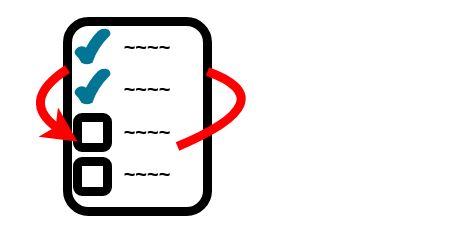
The draw.io diagram page "Seite-3" (3 of 4) of prod-extension/assets/icons/Logo.drawio in Elias-Ladenburger/Productivity-Extension, before the edit. Source tidied: cells renumbered, new cells numbered last; positions are measured from the earlier drawing's top-left corner, leaving out a move shared by most shapes. Both pictures are drawn from the tidied source at 100%, with x=0, y=0 at pixel (17, 21).
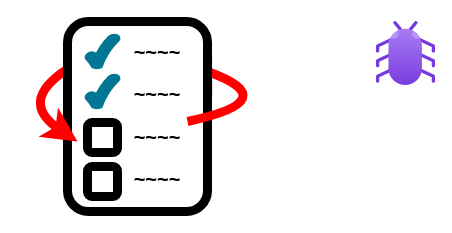
The same page after the edit.

Commit message (it also covers changes not shown here):
Redesign logo; add bug icon

The change refers to these unchanged cells:
```xml
<mxCell id="2" style="group;strokeWidth=9;" parent="1" vertex="1">
  <mxGeometry width="270" height="190" as="geometry" />
</mxCell>
<mxCell id="3" style="rounded=1;whiteSpace=wrap;html=1;strokeWidth=9;" parent="2" vertex="1">
  <mxGeometry x="50" width="140" height="190" as="geometry" />
</mxCell>
```

The edit, as a diff of the source:
```diff
@@
     <mxCell id="4" style="rounded=1;whiteSpace=wrap;html=1;strokeWidth=9;" parent="2" vertex="1">
-      <mxGeometry x="60" y="140" width="30" height="30" as="geometry" />
+      <mxGeometry x="70" y="145" width="30" height="30" as="geometry" />
     </mxCell>
     <mxCell id="5" style="verticalLabelPosition=bottom;verticalAlign=top;html=1;shape=mxgraph.basic.tick;fillColor=#007694;strokeWidth=6;strokeColor=#007694;" parent="2" vertex="1">
-      <mxGeometry x="60" y="50" width="30" height="30" as="geometry" />
+      <mxGeometry x="70" y="55" width="30" height="30" as="geometry" />
     </mxCell>
     <mxCell id="6" style="rounded=1;whiteSpace=wrap;html=1;strokeWidth=9;" parent="2" vertex="1">
-      <mxGeometry x="60" y="96" width="30" height="30" as="geometry" />
+      <mxGeometry x="70" y="101" width="30" height="30" as="geometry" />
     </mxCell>
@@
-    <mxCell id="8" style="curved=1;endArrow=none;html=1;rounded=0;entryX=1;entryY=0.25;entryDx=0;entryDy=0;exitX=1;exitY=1;exitDx=0;exitDy=0;endFill=0;strokeWidth=9;strokeColor=#FF0000;" parent="2" edge="1" source="11">
+    <mxCell id="8" style="curved=1;endArrow=none;html=1;rounded=0;entryX=1;entryY=0.25;entryDx=0;entryDy=0;exitX=1;exitY=0;exitDx=0;exitDy=0;endFill=0;strokeWidth=9;strokeColor=#FF0000;" parent="2" edge="1" source="11">
       <mxGeometry relative="1" as="geometry">
         <mxPoint x="190" y="50" as="targetPoint" />
         <Array as="points">
           <mxPoint x="270" y="78.8" />
         </Array>
       </mxGeometry>
     </mxCell>
     <mxCell id="9" value="~~~~" style="text;html=1;strokeColor=none;fillColor=none;align=center;verticalAlign=middle;whiteSpace=wrap;rounded=0;fontStyle=1;fontSize=20;" parent="2" vertex="1">
-      <mxGeometry x="100" y="10" width="60" height="30" as="geometry" />
+      <mxGeometry x="110" y="15" width="60" height="30" as="geometry" />
     </mxCell>
     <mxCell id="10" value="~~~~" style="text;html=1;strokeColor=none;fillColor=none;align=center;verticalAlign=middle;whiteSpace=wrap;rounded=0;fontSize=20;fontStyle=1;" parent="2" vertex="1">
-      <mxGeometry x="100" y="52" width="60" height="30" as="geometry" />
+      <mxGeometry x="110" y="57" width="60" height="30" as="geometry" />
     </mxCell>
     <mxCell id="11" value="~~~~" style="text;html=1;strokeColor=none;fillColor=none;align=center;verticalAlign=middle;whiteSpace=wrap;rounded=0;fontSize=20;fontStyle=1;" parent="2" vertex="1">
-      <mxGeometry x="100" y="95" width="60" height="30" as="geometry" />
+      <mxGeometry x="110" y="100" width="60" height="30" as="geometry" />
     </mxCell>
     <mxCell id="12" value="~~~~" style="text;html=1;strokeColor=none;fillColor=none;align=center;verticalAlign=middle;whiteSpace=wrap;rounded=0;fontSize=20;fontStyle=1;" parent="2" vertex="1">
-      <mxGeometry x="100" y="137" width="60" height="30" as="geometry" />
+      <mxGeometry x="110" y="142" width="60" height="30" as="geometry" />
     </mxCell>
     <mxCell id="13" style="verticalLabelPosition=bottom;verticalAlign=top;html=1;shape=mxgraph.basic.tick;fillColor=#007694;strokeWidth=6;strokeColor=#007694;" parent="2" vertex="1">
-      <mxGeometry x="60" y="10" width="30" height="30" as="geometry" />
+      <mxGeometry x="70" y="15" width="30" height="30" as="geometry" />
     </mxCell>
+    <mxCell id="14" style="endArrow=none;html=1;rounded=0;entryX=1;entryY=0.105;entryDx=0;entryDy=0;entryPerimeter=0;strokeWidth=9;exitX=1.001;exitY=0.389;exitDx=0;exitDy=0;exitPerimeter=0;" parent="2" edge="1" source="3" target="3">
+      <mxGeometry relative="1" as="geometry" />
+    </mxCell>
+    <mxCell id="15" style="endArrow=none;html=1;rounded=0;exitX=1;exitY=0.5;exitDx=0;exitDy=0;strokeWidth=9;" parent="2" edge="1">
+      <mxGeometry relative="1" as="geometry">
+        <mxPoint x="50" y="65" as="sourcePoint" />
+        <mxPoint x="50" y="30" as="targetPoint" />
+      </mxGeometry>
+    </mxCell>
+    <mxCell id="16" style="image;html=1;align=center;fontSize=12;image=img/lib/azure2/general/Bug.svg;imageBackground=default;strokeWidth=8;imageBorder=none;" parent="1" vertex="1">
+      <mxGeometry x="359" width="59" height="64" as="geometry" />
+    </mxCell>
```
